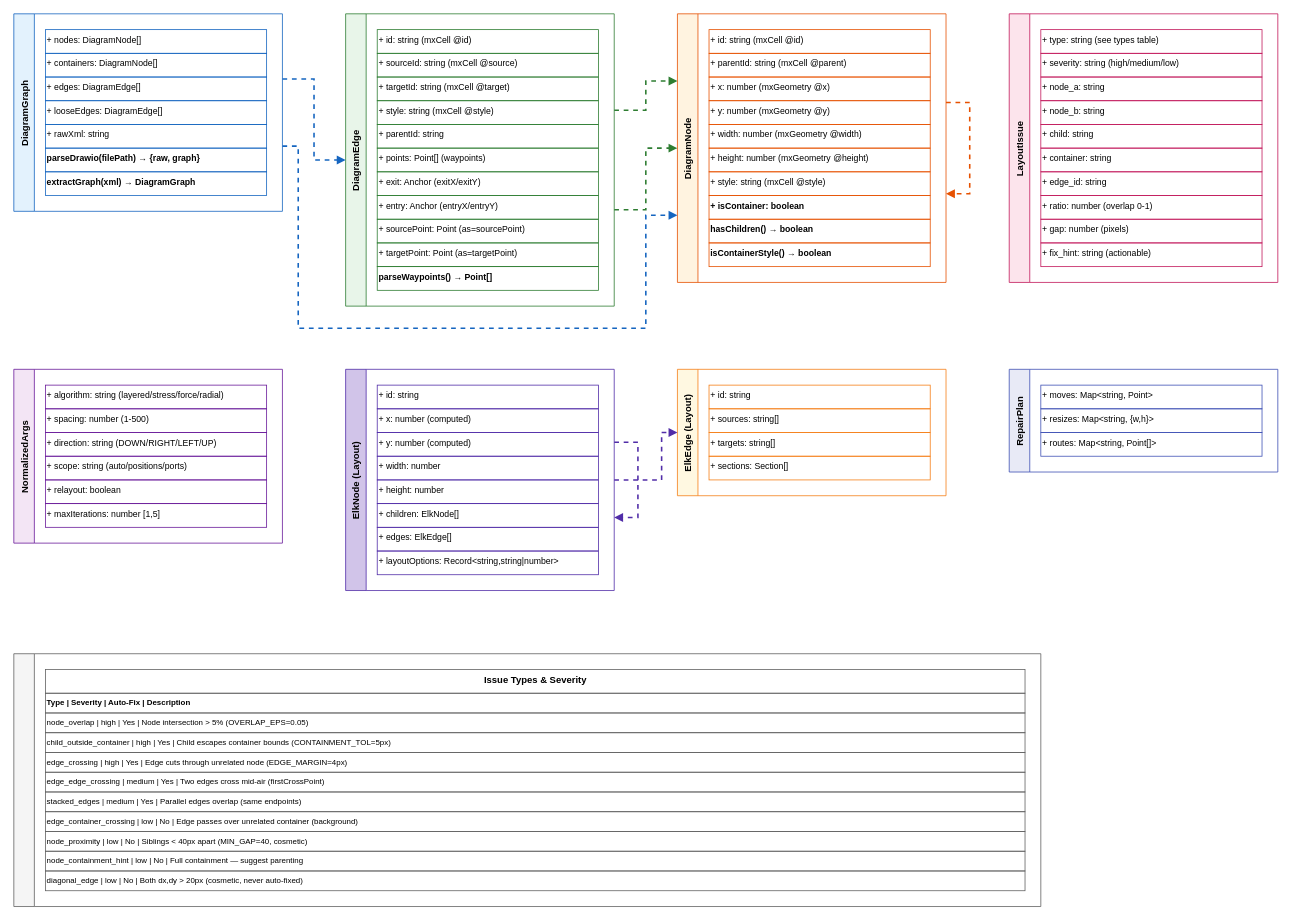
Earlier version of the draw.io diagram documents/SA4E-406/diagrams/data-model.drawio (dnguyenminh/SDLC-Agents-4-Enteprise). Source tidied: cells renumbered, new cells numbered last; positions are measured from the earlier drawing's top-left corner, leaving out a move shared by most shapes. Both pictures are drawn from the tidied source at 79%, with x=0, y=0 at pixel (13, 13).
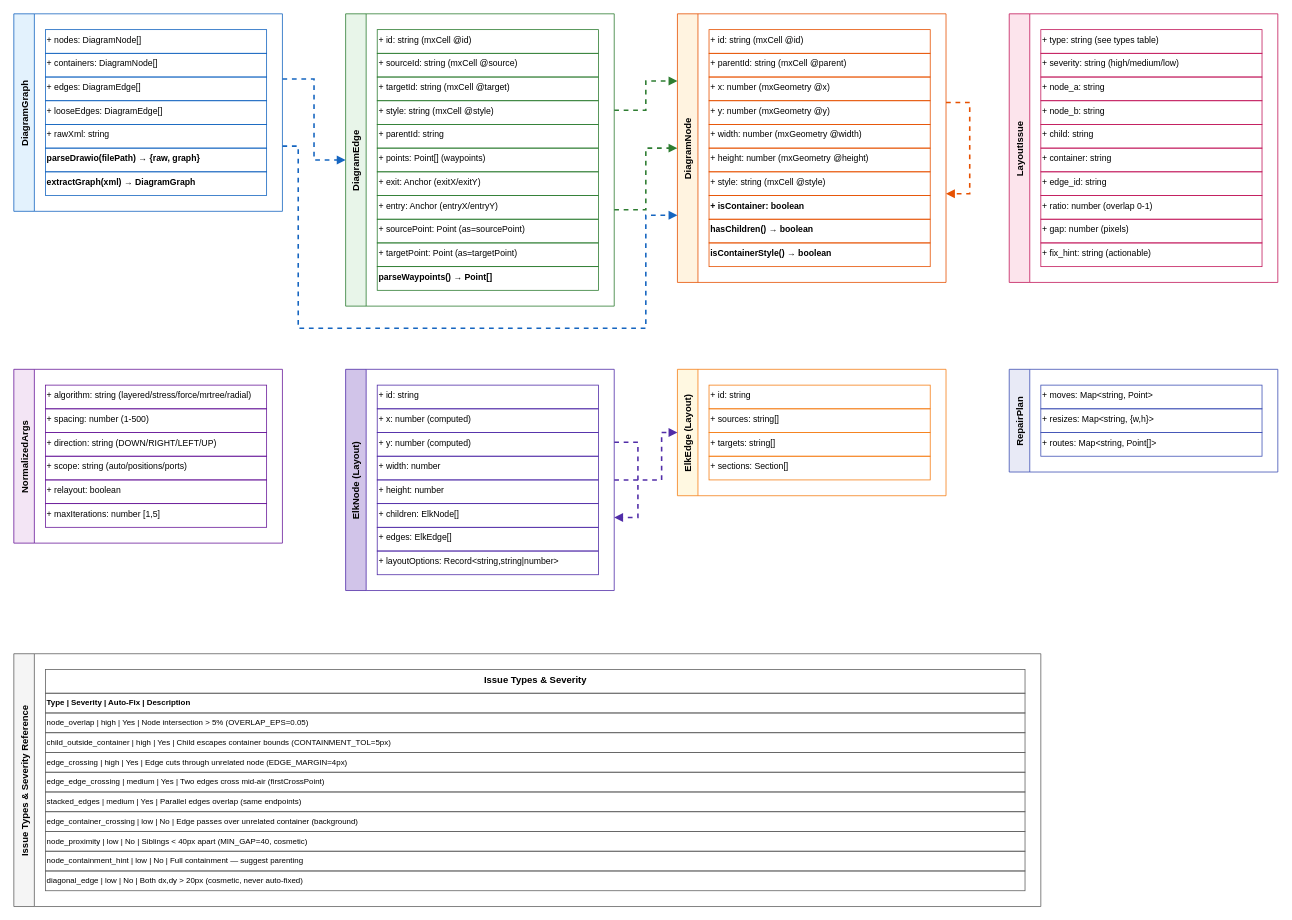
The same page after the edit.

The change refers to these unchanged cells:
```xml
<mxCell id="44" value="NormalizedArgs" style="swimlane;fontStyle=1;horizontal=0;startSize=26;fillColor=#f3e5f5;strokeColor=#6a1b9a;" parent="1" vertex="1">
  <mxGeometry y="450" width="340" height="220" as="geometry" />
</mxCell>
```

What changed in the source:
```diff
@@
-    <mxCell id="45" value="+ algorithm: string (layered/stress/force/radial)" style="text;html=1;strokeColor=#6a1b9a;fontSize=11;align=left;" parent="44" vertex="1">
+    <mxCell id="45" value="+ algorithm: string (layered/stress/force/mrtree/radial)" style="text;html=1;strokeColor=#6a1b9a;fontSize=11;align=left;" parent="44" vertex="1">
       <mxGeometry x="40" y="20" width="280" height="30" as="geometry" />
     </mxCell>
@@
-    <mxCell id="76" style="swimlane;fontStyle=1;horizontal=0;startSize=26;fillColor=#f5f5f5;strokeColor=#616161;" parent="1" vertex="1">
+    <mxCell id="76" value="Issue Types &amp; Severity Reference" style="swimlane;fontStyle=1;horizontal=0;startSize=26;fillColor=#f5f5f5;strokeColor=#616161;" parent="1" vertex="1">
       <mxGeometry y="810" width="1300" height="320" as="geometry" />
     </mxCell>
```
